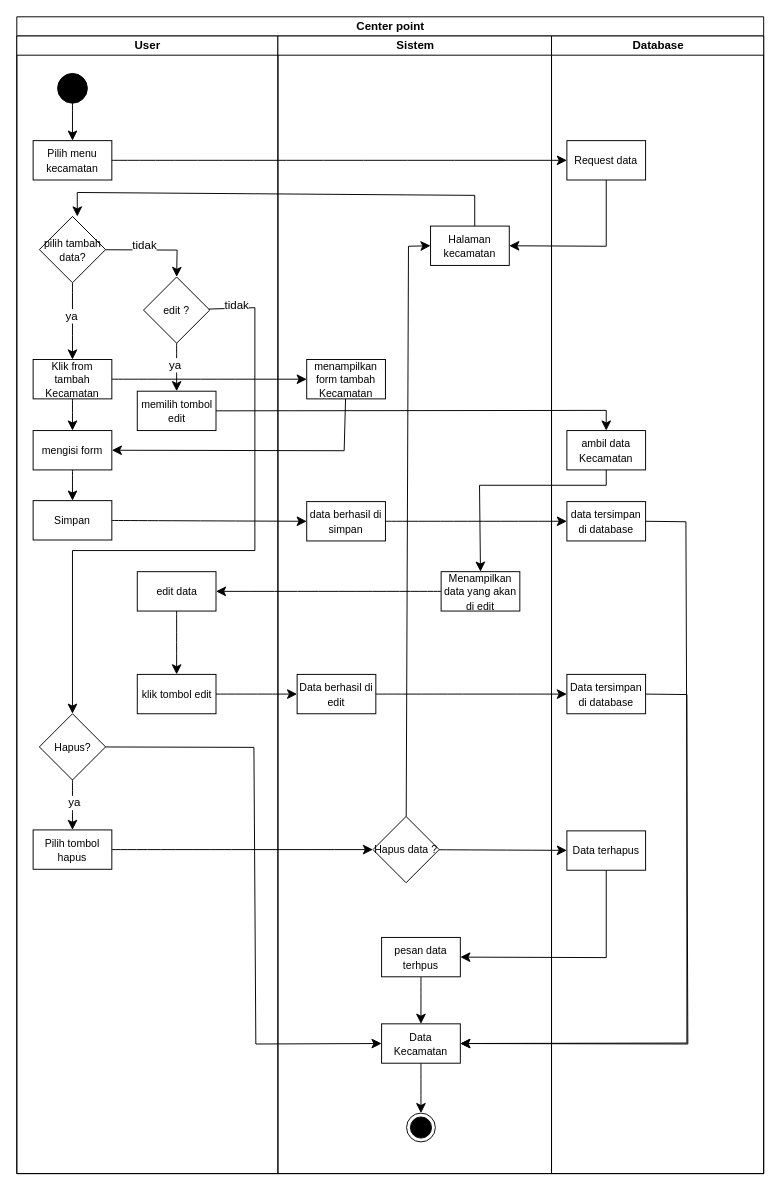
Above: page "Kecamatan" (8 of 11) of activity diagram gis.drawio in AmirRazer/DrawIoErd (draw.io), before the change. Source tidied: cells renumbered, new cells numbered last; positions are measured from the earlier drawing's top-left corner, leaving out a move shared by most shapes. Both pictures are drawn from the tidied source at 96%, with x=0, y=0 at pixel (16, 16).
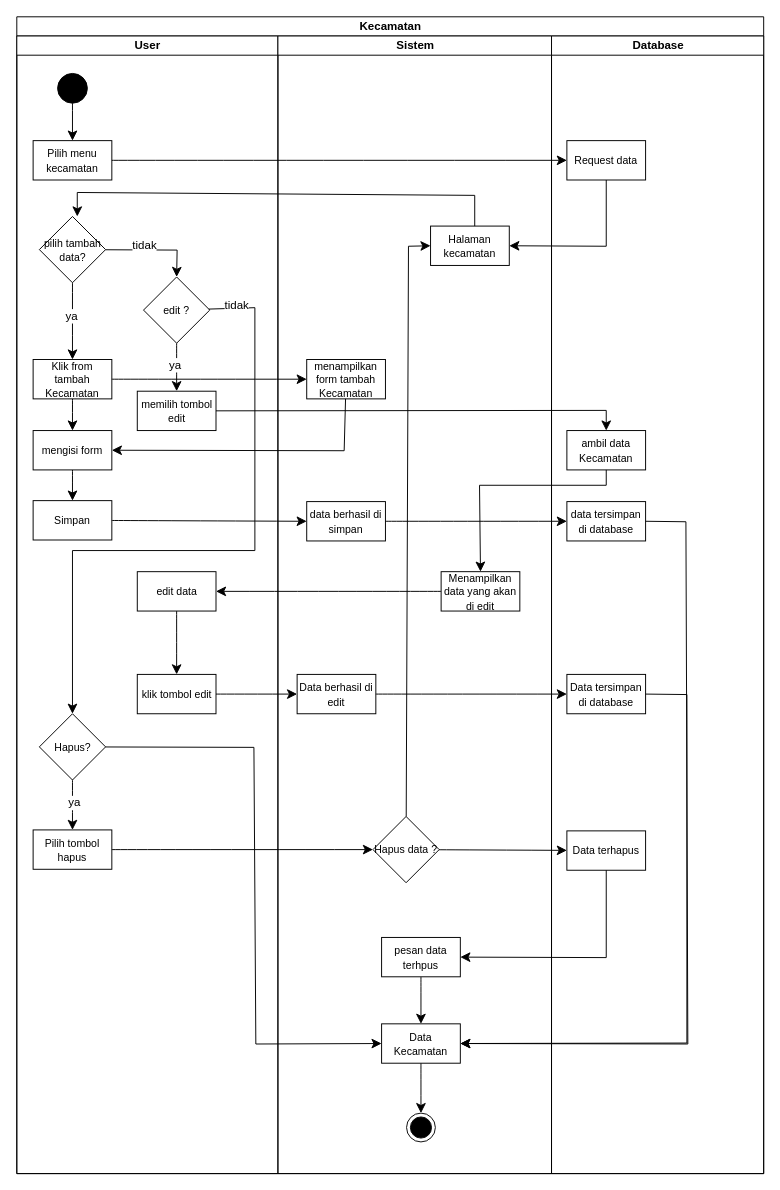
The same page after the edit.

Diff of the diagram source:
```diff
@@
-    <mxCell id="2" value="Center point" style="swimlane;startSize=20;html=1;" parent="1" vertex="1">
+    <mxCell id="2" value="Kecamatan" style="swimlane;startSize=20;html=1;" parent="1" vertex="1">
       <mxGeometry width="778" height="1205" as="geometry" />
     </mxCell>
```
